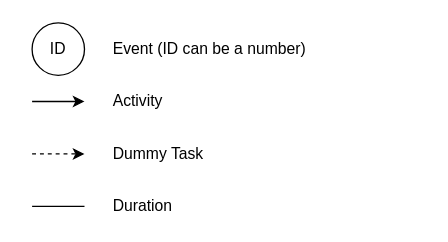
The draw.io diagram page "pert-variant-1-legend" (1 of 4) of docs/it-project-management/05-network-diagrams.assets/pert-sprites.drawio in yaldak/sparkdocs, before the edit. Source tidied: cells renumbered, new cells numbered last; positions are measured from the earlier drawing's top-left corner, leaving out a move shared by most shapes. Both pictures are drawn from the tidied source at 131%, with x=0, y=0 at pixel (31, 22).
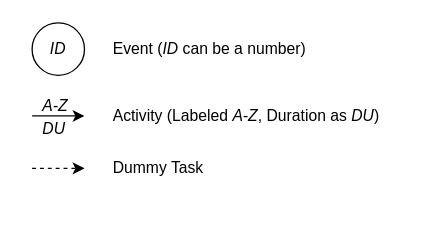
Above is the later version.

Diff of the diagram source:
```diff
@@
 <mxGraphModel>
   <root>
     <mxCell id="0" />
     <mxCell id="1" parent="0" />
-    <mxCell id="2" value="ID" style="ellipse;whiteSpace=wrap;html=1;" parent="1" vertex="1">
+    <mxCell id="2" value="&lt;i&gt;ID&lt;/i&gt;" style="ellipse;whiteSpace=wrap;html=1;" parent="1" vertex="1">
       <mxGeometry width="40" height="40" as="geometry" />
     </mxCell>
-    <mxCell id="3" value="Event (ID can be a number)" style="text;html=1;strokeColor=none;fillColor=none;align=left;verticalAlign=middle;whiteSpace=wrap;rounded=0;" parent="1" vertex="1">
+    <mxCell id="3" value="Event (&lt;i&gt;ID&lt;/i&gt; can be a number)" style="text;html=1;strokeColor=none;fillColor=none;align=left;verticalAlign=middle;whiteSpace=wrap;rounded=0;" parent="1" vertex="1">
       <mxGeometry x="60" y="10" width="160" height="20" as="geometry" />
     </mxCell>
     <mxCell id="4" style="endArrow=classic;html=1;" parent="1" edge="1">
       <mxGeometry relative="1" as="geometry">
-        <mxPoint y="60" as="sourcePoint" />
-        <mxPoint x="40" y="60" as="targetPoint" />
+        <mxPoint y="71" as="sourcePoint" />
+        <mxPoint x="40" y="71" as="targetPoint" />
       </mxGeometry>
     </mxCell>
-    <mxCell id="5" value="Activity" style="text;html=1;strokeColor=none;fillColor=none;align=left;verticalAlign=middle;whiteSpace=wrap;rounded=0;" parent="1" vertex="1">
-      <mxGeometry x="60" y="50" width="40" height="20" as="geometry" />
+    <mxCell id="5" value="Activity (Labeled &lt;i&gt;A-Z&lt;/i&gt;, Duration as &lt;i&gt;DU&lt;/i&gt;)" style="text;html=1;strokeColor=none;fillColor=none;align=left;verticalAlign=middle;whiteSpace=wrap;rounded=0;" parent="1" vertex="1">
+      <mxGeometry x="60" y="61" width="240" height="20" as="geometry" />
     </mxCell>
-    <mxCell id="6" style="endArrow=none;html=1;" parent="1" edge="1">
-      <mxGeometry relative="1" as="geometry">
-        <mxPoint y="140" as="sourcePoint" />
-        <mxPoint x="40" y="140" as="targetPoint" />
-      </mxGeometry>
-    </mxCell>
-    <mxCell id="7" value="Duration" style="text;html=1;strokeColor=none;fillColor=none;align=left;verticalAlign=middle;whiteSpace=wrap;rounded=0;" parent="1" vertex="1">
-      <mxGeometry x="60" y="130" width="40" height="20" as="geometry" />
-    </mxCell>
     <mxCell id="8" style="endArrow=classic;html=1;dashed=1;" parent="1" edge="1">
       <mxGeometry relative="1" as="geometry">
-        <mxPoint y="100" as="sourcePoint" />
-        <mxPoint x="40" y="100" as="targetPoint" />
+        <mxPoint y="111" as="sourcePoint" />
+        <mxPoint x="40" y="111" as="targetPoint" />
       </mxGeometry>
     </mxCell>
     <mxCell id="9" value="Dummy Task" style="text;html=1;strokeColor=none;fillColor=none;align=left;verticalAlign=middle;whiteSpace=wrap;rounded=0;" parent="1" vertex="1">
-      <mxGeometry x="60" y="90" width="90" height="20" as="geometry" />
+      <mxGeometry x="60" y="101" width="90" height="20" as="geometry" />
     </mxCell>
+    <mxCell id="10" value="DU" style="text;html=1;strokeColor=none;fillColor=none;align=center;verticalAlign=middle;whiteSpace=wrap;rounded=0;fontStyle=2;" parent="1" vertex="1">
+      <mxGeometry x="-3" y="71" width="40" height="20" as="geometry" />
+    </mxCell>
+    <mxCell id="11" value="A-Z" style="text;html=1;strokeColor=none;fillColor=none;align=center;verticalAlign=middle;whiteSpace=wrap;rounded=0;fontStyle=2;" parent="1" vertex="1">
+      <mxGeometry x="-2" y="54" width="40" height="20" as="geometry" />
+    </mxCell>
   </root>
 </mxGraphModel>
```
